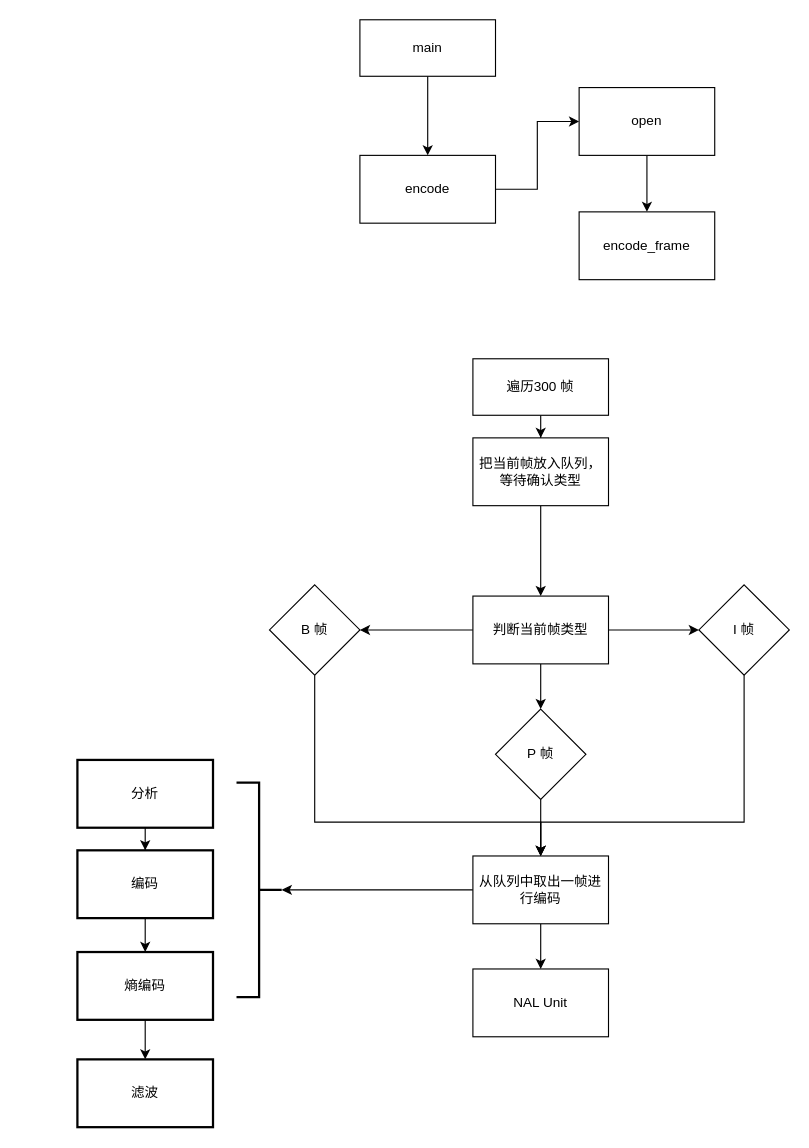
Above: doc/Untitled Diagram.drawio in vozeo/x264 (draw.io), before the change. Source tidied: cells renumbered, new cells numbered last; positions are measured from the earlier drawing's top-left corner, leaving out a move shared by most shapes. Both pictures are drawn from the tidied source at 113%, with x=0, y=0 at pixel (77, 19).
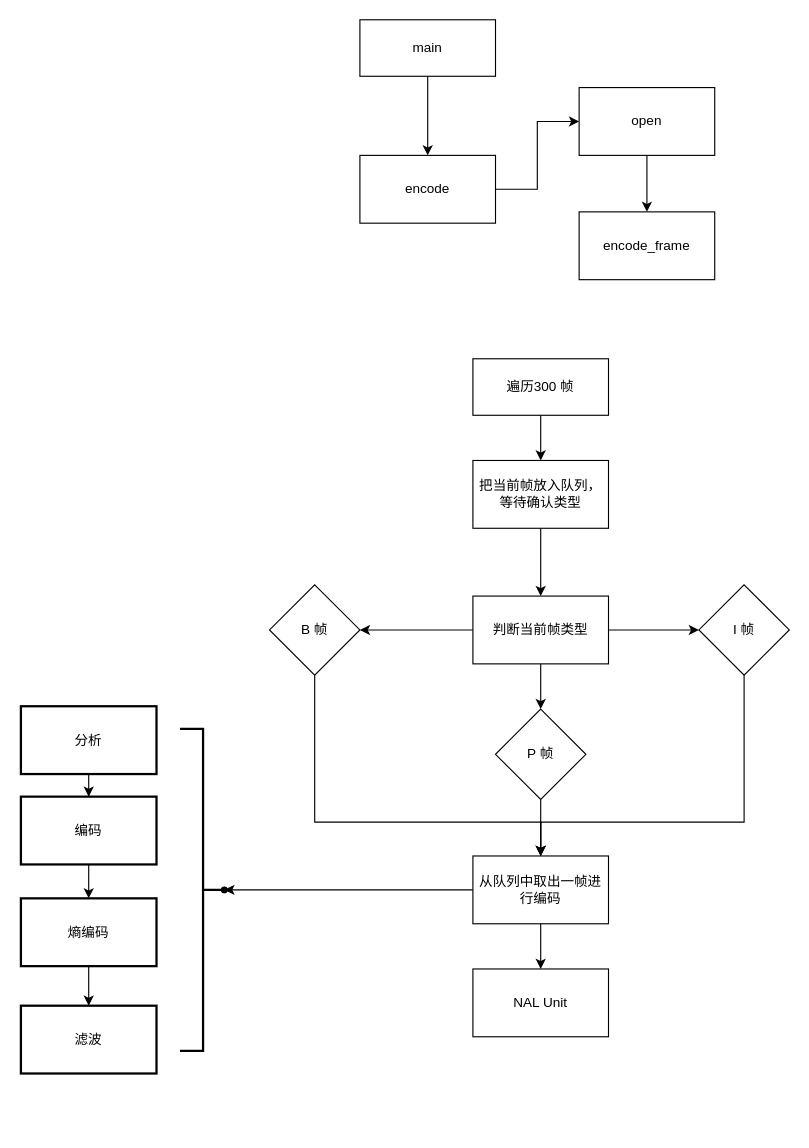
Above is the later version.

The change refers to these unchanged cells:
```xml
<mxCell id="11" value="从队列中取出一帧进行编码" style="whiteSpace=wrap;html=1;rounded=0;" parent="1" vertex="1">
  <mxGeometry x="350" y="740" width="120" height="60" as="geometry" />
</mxCell>
```

Change to the diagram source:
```diff
@@
-    <mxCell id="10" style="edgeStyle=orthogonalEdgeStyle;rounded=0;jettySize=auto;html=1;entryX=0;entryY=0.5;entryDx=0;entryDy=0;entryPerimeter=0;" parent="1" edge="1" source="11" target="26">
-      <mxGeometry relative="1" as="geometry" />
-    </mxCell>
+    <mxCell id="35" style="edgeStyle=orthogonalEdgeStyle;rounded=0;jettySize=auto;html=1;fontStyle=1;" parent="1" edge="1" source="11" target="36">
+      <mxGeometry relative="1" as="geometry" />
+    </mxCell>
@@
     <mxCell id="26" style="strokeWidth=2;html=1;shape=mxgraph.flowchart.annotation_2;align=left;labelPosition=right;rotation=-180;" parent="1" vertex="1">
-      <mxGeometry x="140.8" y="675" width="40" height="190" as="geometry" />
+      <mxGeometry x="90.8" y="627.5" width="40.8" height="285" as="geometry" />
     </mxCell>
     <mxCell id="27" value="把当前帧放入队列，等待确认类型" style="rounded=0;whiteSpace=wrap;html=1;" parent="1" vertex="1">
-      <mxGeometry x="350" y="370" width="120" height="60" as="geometry" />
+      <mxGeometry x="350" y="390" width="120" height="60" as="geometry" />
     </mxCell>
@@
     <mxCell id="29" value="分析" style="whiteSpace=wrap;html=1;align=center;strokeWidth=2;" parent="1" vertex="1">
-      <mxGeometry y="655" width="120" height="60" as="geometry" />
+      <mxGeometry x="-50" y="607.5" width="120" height="60" as="geometry" />
     </mxCell>
@@
     <mxCell id="31" value="编码" style="whiteSpace=wrap;html=1;align=center;strokeWidth=2;" parent="1" vertex="1">
-      <mxGeometry y="735" width="120" height="60" as="geometry" />
+      <mxGeometry x="-50" y="687.5" width="120" height="60" as="geometry" />
     </mxCell>
@@
     <mxCell id="33" value="熵编码" style="whiteSpace=wrap;html=1;strokeWidth=2;" parent="1" vertex="1">
-      <mxGeometry y="825" width="120" height="60" as="geometry" />
+      <mxGeometry x="-50" y="777.5" width="120" height="60" as="geometry" />
     </mxCell>
     <mxCell id="34" value="滤波" style="whiteSpace=wrap;html=1;strokeWidth=2;" parent="1" vertex="1">
-      <mxGeometry y="920" width="120" height="60" as="geometry" />
+      <mxGeometry x="-50" y="872.5" width="120" height="60" as="geometry" />
     </mxCell>
+    <mxCell id="36" style="shape=waypoint;sketch=0;size=6;points=[];fillColor=default;perimeter=centerPerimeter;snapToPoint=1;rounded=0;" parent="1" vertex="1">
+      <mxGeometry x="110" y="750" width="40" height="40" as="geometry" />
+    </mxCell>
```
